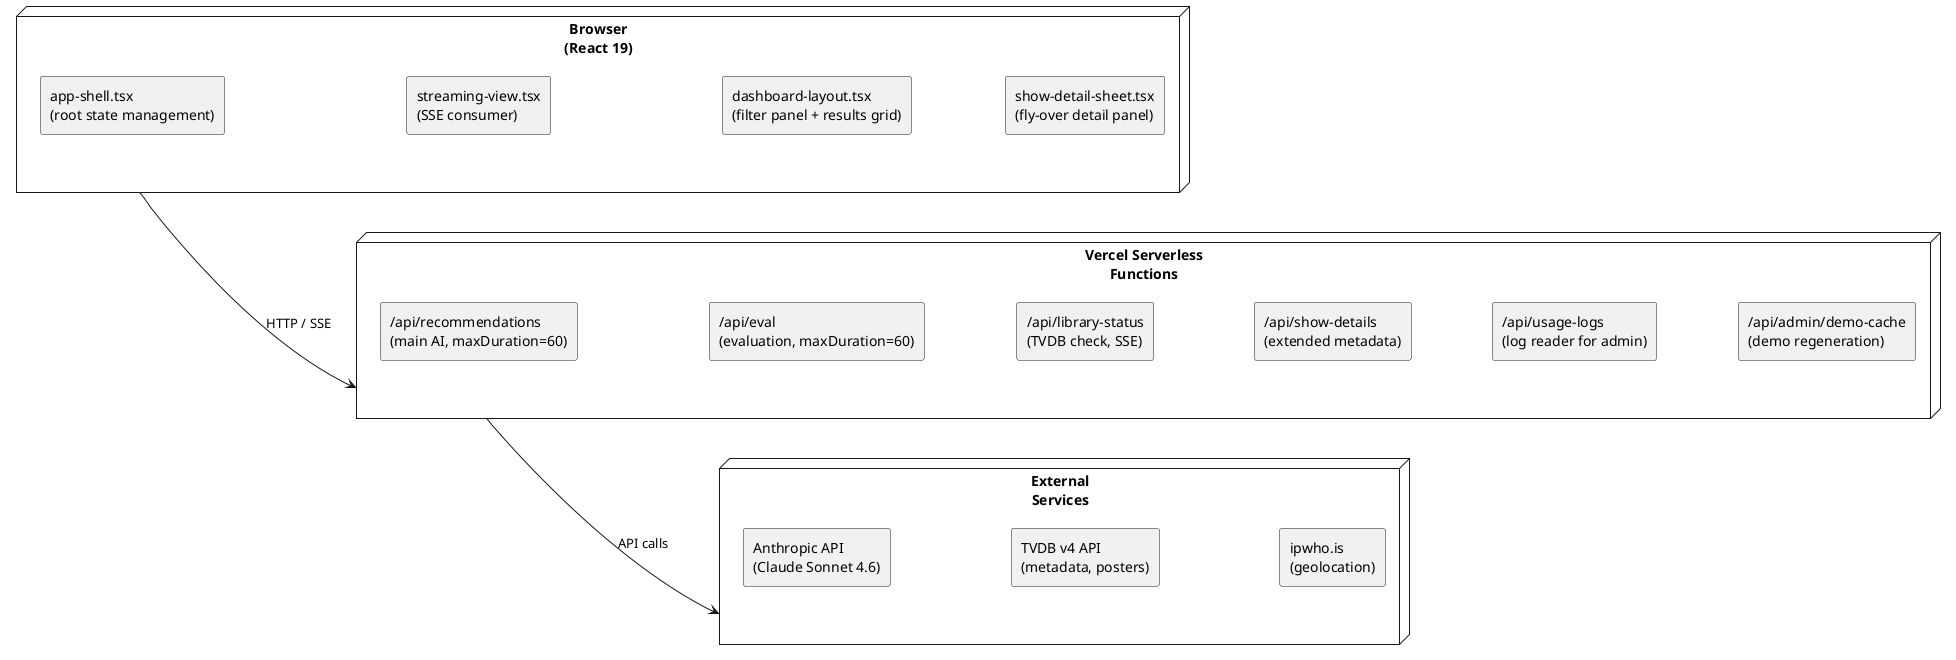
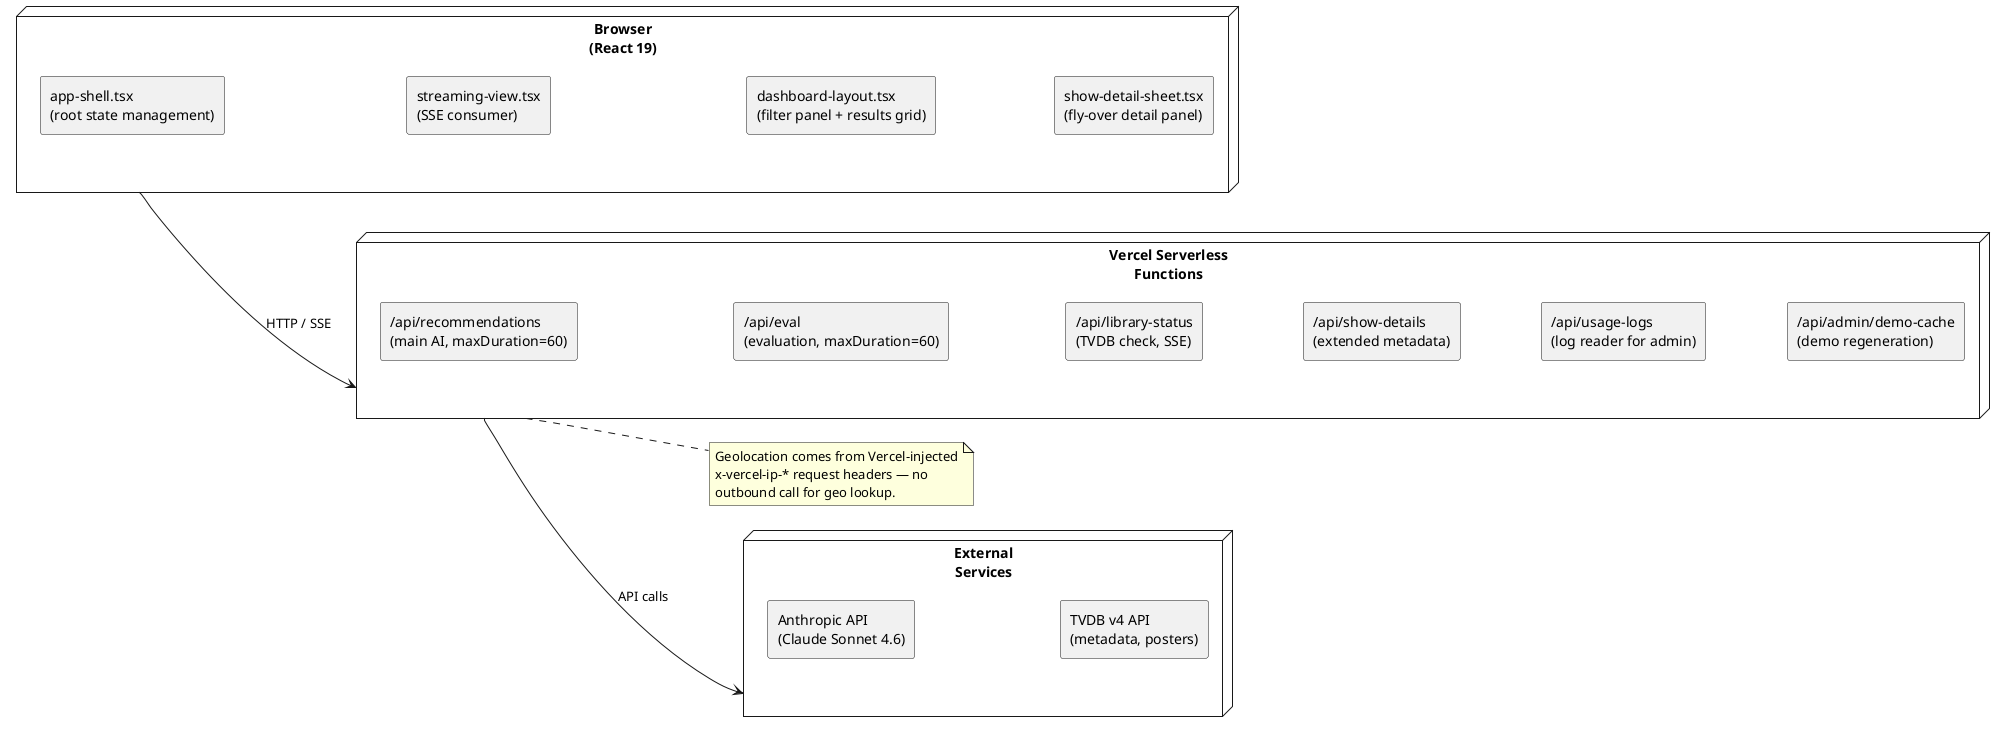
@startuml RuntimeTopology

left to right direction
skinparam componentStyle rectangle
skinparam shadowing false
skinparam nodesep 50
skinparam ranksep 80

node "Browser\n(React 19)" as BROWSER {
  component "app-shell.tsx\n(root state management)" as C1
  component "streaming-view.tsx\n(SSE consumer)" as C2
  component "dashboard-layout.tsx\n(filter panel + results grid)" as C3
  component "show-detail-sheet.tsx\n(fly-over detail panel)" as C4
  C1 -[hidden]- C2
  C2 -[hidden]- C3
  C3 -[hidden]- C4
}

node "Vercel Serverless\nFunctions" as VERCEL {
  component "/api/recommendations\n(main AI, maxDuration=60)" as V1
  component "/api/eval\n(evaluation, maxDuration=60)" as V2
  component "/api/library-status\n(TVDB check, SSE)" as V3
  component "/api/show-details\n(extended metadata)" as V4
  component "/api/usage-logs\n(log reader for admin)" as V5
  component "/api/admin/demo-cache\n(demo regeneration)" as V6
  V1 -[hidden]- V2
  V2 -[hidden]- V3
  V3 -[hidden]- V4
  V4 -[hidden]- V5
  V5 -[hidden]- V6
}

node "External\nServices" as EXT {
  component "Anthropic API\n(Claude Sonnet 4.6)" as E1
  component "TVDB v4 API\n(metadata, posters)" as E2
-   component "ipwho.is\n(geolocation)" as E3
  E1 -[hidden]- E2
-   E2 -[hidden]- E3
}
+ 
+ note right of VERCEL
+   Geolocation comes from Vercel-injected
+   x-vercel-ip-* request headers — no
+   outbound call for geo lookup.
+ end note

BROWSER --> VERCEL : HTTP / SSE
VERCEL --> EXT : API calls

@enduml
